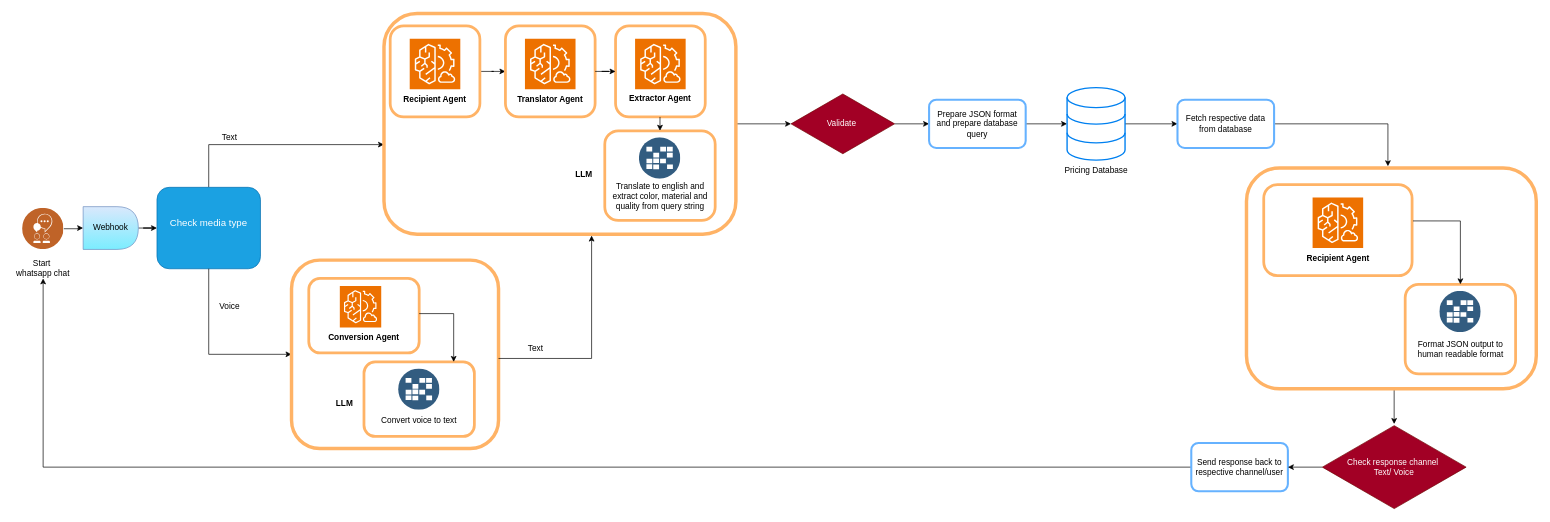
The draw.io diagram Diagrams/AI-Receptionist-n8n-diagram.drawio in in-vishal-chauhan/AI-ML, before the edit. Source tidied: cells renumbered, new cells numbered last; positions are measured from the earlier drawing's top-left corner, leaving out a move shared by most shapes. Both pictures are drawn from the tidied source at 69%, with x=0, y=0 at pixel (12, 13).
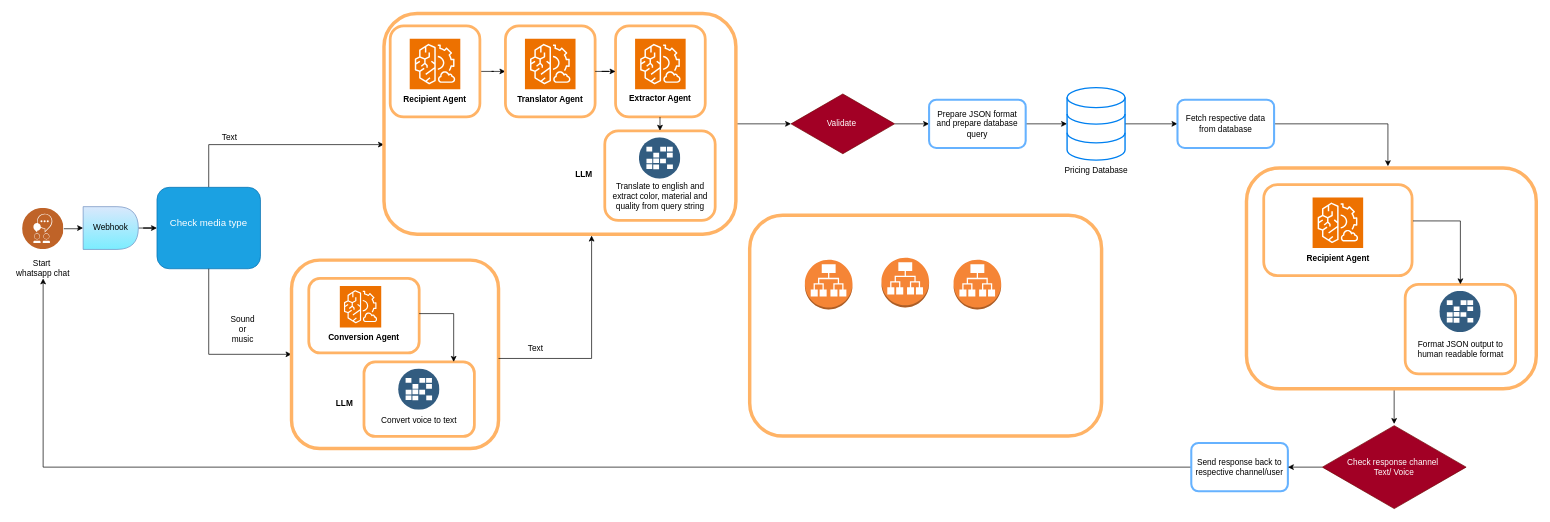
After the change.

Diff of the diagram source:
```diff
@@
-    <mxCell id="11" value="&lt;span style=&quot;text-wrap-mode: wrap;&quot;&gt;&lt;font style=&quot;color: rgb(0, 0, 0);&quot;&gt;Voice&lt;/font&gt;&lt;/span&gt;" style="text;html=1;align=center;verticalAlign=middle;strokeColor=none;fillColor=none;" parent="1" vertex="1">
-      <mxGeometry x="290" y="410" width="50" height="30" as="geometry" />
+    <mxCell id="11" value="&lt;span style=&quot;text-wrap-mode: wrap;&quot;&gt;&lt;font style=&quot;color: rgb(0, 0, 0);&quot;&gt;Sound or music&lt;/font&gt;&lt;/span&gt;" style="text;html=1;align=center;verticalAlign=middle;strokeColor=none;fillColor=none;" parent="1" vertex="1">
+      <mxGeometry x="279" y="442.5" width="110" height="30" as="geometry" />
     </mxCell>
@@
+    <mxCell id="69" style="rounded=1;whiteSpace=wrap;html=1;strokeColor=#FFB366;strokeWidth=5;" parent="1" vertex="1">
+      <mxGeometry x="1069" y="292.5" width="510" height="320" as="geometry" />
+    </mxCell>
+    <mxCell id="70" style="dashed=0;verticalLabelPosition=bottom;verticalAlign=top;align=center;html=1;shape=mxgraph.aws3.application_load_balancer;fillColor=#F58536;gradientColor=none;" parent="1" vertex="1">
+      <mxGeometry x="1149" y="357" width="69" height="72" as="geometry" />
+    </mxCell>
+    <mxCell id="71" style="dashed=0;verticalLabelPosition=bottom;verticalAlign=top;align=center;html=1;shape=mxgraph.aws3.application_load_balancer;fillColor=#F58536;gradientColor=none;" parent="1" vertex="1">
+      <mxGeometry x="1260" y="354" width="69" height="72" as="geometry" />
+    </mxCell>
+    <mxCell id="72" style="dashed=0;verticalLabelPosition=bottom;verticalAlign=top;align=center;html=1;shape=mxgraph.aws3.application_load_balancer;fillColor=#F58536;gradientColor=none;" parent="1" vertex="1">
+      <mxGeometry x="1364.5" y="357" width="69" height="72" as="geometry" />
+    </mxCell>
```
